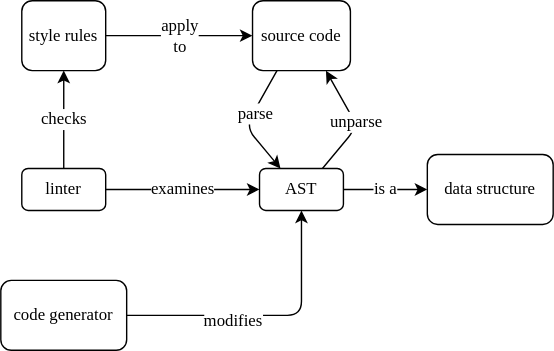
The draw.io diagram sdxpy/lint/concept_map.svg in gvwilson/thirdbit, before a commit. Source tidied: cells renumbered, new cells last; positions are measured from the earlier drawing's top-left corner, leaving out a move shared by most shapes. Its diagram source:
```xml
<mxGraphModel>
  <root>
    <mxCell id="0" />
    <mxCell id="1" parent="0" />
    <mxCell id="2" value="&lt;font style=&quot;font-size: 12px;&quot;&gt;linter&lt;/font&gt;" style="rounded=1;whiteSpace=wrap;html=1;fillColor=none;fontFamily=Verdana;fontSize=12;" parent="1" vertex="1">
      <mxGeometry x="15" y="120" width="60" height="30" as="geometry" />
    </mxCell>
    <mxCell id="3" value="&lt;font style=&quot;font-size: 12px;&quot;&gt;AST&lt;/font&gt;" style="rounded=1;whiteSpace=wrap;html=1;fillColor=none;fontFamily=Verdana;fontSize=12;" parent="1" vertex="1">
      <mxGeometry x="185" y="120" width="60" height="30" as="geometry" />
    </mxCell>
    <mxCell id="4" value="&lt;font style=&quot;font-size: 12px;&quot;&gt;source code&lt;/font&gt;" style="rounded=1;whiteSpace=wrap;html=1;fillColor=none;fontFamily=Verdana;fontSize=12;" parent="1" vertex="1">
      <mxGeometry x="180" width="70" height="50" as="geometry" />
    </mxCell>
    <mxCell id="5" value="&lt;font style=&quot;font-size: 12px;&quot;&gt;data structure&lt;/font&gt;" style="rounded=1;whiteSpace=wrap;html=1;fillColor=none;fontFamily=Verdana;fontSize=12;" parent="1" vertex="1">
      <mxGeometry x="305" y="110" width="90" height="50" as="geometry" />
    </mxCell>
    <mxCell id="6" style="endArrow=classic;html=1;rounded=1;fontFamily=Verdana;fontSize=12;entryX=0.25;entryY=0;entryDx=0;entryDy=0;exitX=0.25;exitY=1;exitDx=0;exitDy=0;" parent="1" edge="1" source="4" target="3">
      <mxGeometry relative="1" as="geometry">
        <Array as="points">
          <mxPoint x="175" y="90" />
        </Array>
      </mxGeometry>
    </mxCell>
    <mxCell id="7" value="parse" style="edgeLabel;html=1;align=center;verticalAlign=middle;fontSize=12;fontFamily=Verdana;" parent="6" vertex="1">
      <mxGeometry x="-0.17" y="1" relative="1" as="geometry" />
    </mxCell>
    <mxCell id="8" value="unparse" style="endArrow=classic;html=1;rounded=1;fontFamily=Verdana;fontSize=12;entryX=0.75;entryY=1;entryDx=0;entryDy=0;exitX=0.75;exitY=0;exitDx=0;exitDy=0;" parent="1" edge="1" source="3" target="4">
      <mxGeometry relative="1" as="geometry">
        <Array as="points">
          <mxPoint x="255" y="90" />
        </Array>
      </mxGeometry>
    </mxCell>
    <mxCell id="9" value="&lt;font style=&quot;font-size: 12px;&quot;&gt;style rules&lt;/font&gt;" style="rounded=1;whiteSpace=wrap;html=1;fillColor=none;fontFamily=Verdana;fontSize=12;" parent="1" vertex="1">
      <mxGeometry x="15" width="60" height="50" as="geometry" />
    </mxCell>
    <mxCell id="10" value="examines" style="endArrow=classic;html=1;rounded=1;fontFamily=Verdana;fontSize=12;entryX=0;entryY=0.5;entryDx=0;entryDy=0;exitX=1;exitY=0.5;exitDx=0;exitDy=0;" parent="1" edge="1" source="2" target="3">
      <mxGeometry relative="1" as="geometry" />
    </mxCell>
    <mxCell id="11" value="checks" style="endArrow=classic;html=1;rounded=1;fontFamily=Verdana;fontSize=12;exitX=0.5;exitY=0;exitDx=0;exitDy=0;entryX=0.5;entryY=1;entryDx=0;entryDy=0;" parent="1" edge="1" source="2" target="9">
      <mxGeometry relative="1" as="geometry" />
    </mxCell>
    <mxCell id="12" value="is a" style="endArrow=classic;html=1;rounded=1;fontFamily=Verdana;fontSize=12;exitX=1;exitY=0.5;exitDx=0;exitDy=0;entryX=0;entryY=0.5;entryDx=0;entryDy=0;" parent="1" edge="1" source="3" target="5">
      <mxGeometry relative="1" as="geometry" />
    </mxCell>
    <mxCell id="13" value="apply&lt;br style=&quot;font-size: 12px;&quot;&gt;to" style="endArrow=classic;html=1;rounded=1;fontFamily=Verdana;fontSize=12;entryX=0;entryY=0.5;entryDx=0;entryDy=0;exitX=1;exitY=0.5;exitDx=0;exitDy=0;" parent="1" edge="1" source="9" target="4">
      <mxGeometry relative="1" as="geometry" />
    </mxCell>
    <mxCell id="14" value="&lt;font style=&quot;font-size: 12px;&quot;&gt;code generator&lt;/font&gt;" style="rounded=1;whiteSpace=wrap;html=1;fillColor=none;fontFamily=Verdana;fontSize=12;" parent="1" vertex="1">
      <mxGeometry y="200" width="90" height="50" as="geometry" />
    </mxCell>
    <mxCell id="15" style="endArrow=classic;html=1;rounded=1;fontFamily=Verdana;fontSize=12;entryX=0.5;entryY=1;entryDx=0;entryDy=0;exitX=1;exitY=0.5;exitDx=0;exitDy=0;" parent="1" edge="1" source="14" target="3">
      <mxGeometry relative="1" as="geometry">
        <Array as="points">
          <mxPoint x="215" y="225" />
        </Array>
      </mxGeometry>
    </mxCell>
    <mxCell id="16" value="modifies" style="edgeLabel;html=1;align=center;verticalAlign=middle;fontSize=12;fontFamily=Verdana;" parent="15" vertex="1">
      <mxGeometry x="-0.25" y="-3" relative="1" as="geometry" />
    </mxCell>
  </root>
</mxGraphModel>
```
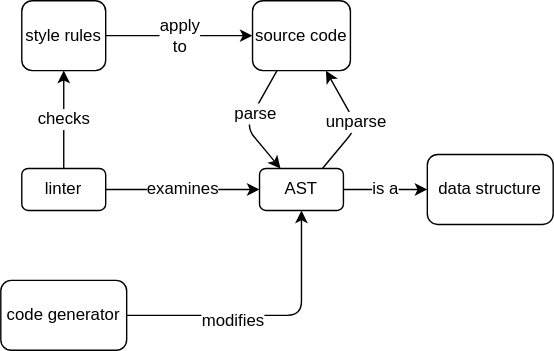
After the commit.

Diff of the diagram source:
```diff
@@ -2,61 +2,61 @@
   <root>
     <mxCell id="0" />
     <mxCell id="1" parent="0" />
-    <mxCell id="2" value="&lt;font style=&quot;font-size: 12px;&quot;&gt;linter&lt;/font&gt;" style="rounded=1;whiteSpace=wrap;html=1;fillColor=none;fontFamily=Verdana;fontSize=12;" parent="1" vertex="1">
+    <mxCell id="2" value="&lt;font style=&quot;font-size: 12px;&quot;&gt;linter&lt;/font&gt;" style="rounded=1;whiteSpace=wrap;html=1;fillColor=none;fontFamily=Helvetica;fontSize=12;" parent="1" vertex="1">
       <mxGeometry x="15" y="120" width="60" height="30" as="geometry" />
     </mxCell>
-    <mxCell id="3" value="&lt;font style=&quot;font-size: 12px;&quot;&gt;AST&lt;/font&gt;" style="rounded=1;whiteSpace=wrap;html=1;fillColor=none;fontFamily=Verdana;fontSize=12;" parent="1" vertex="1">
+    <mxCell id="3" value="&lt;font style=&quot;font-size: 12px;&quot;&gt;AST&lt;/font&gt;" style="rounded=1;whiteSpace=wrap;html=1;fillColor=none;fontFamily=Helvetica;fontSize=12;" parent="1" vertex="1">
       <mxGeometry x="185" y="120" width="60" height="30" as="geometry" />
     </mxCell>
-    <mxCell id="4" value="&lt;font style=&quot;font-size: 12px;&quot;&gt;source code&lt;/font&gt;" style="rounded=1;whiteSpace=wrap;html=1;fillColor=none;fontFamily=Verdana;fontSize=12;" parent="1" vertex="1">
+    <mxCell id="4" value="&lt;font style=&quot;font-size: 12px;&quot;&gt;source code&lt;/font&gt;" style="rounded=1;whiteSpace=wrap;html=1;fillColor=none;fontFamily=Helvetica;fontSize=12;" parent="1" vertex="1">
       <mxGeometry x="180" width="70" height="50" as="geometry" />
     </mxCell>
-    <mxCell id="5" value="&lt;font style=&quot;font-size: 12px;&quot;&gt;data structure&lt;/font&gt;" style="rounded=1;whiteSpace=wrap;html=1;fillColor=none;fontFamily=Verdana;fontSize=12;" parent="1" vertex="1">
+    <mxCell id="5" value="&lt;font style=&quot;font-size: 12px;&quot;&gt;data structure&lt;/font&gt;" style="rounded=1;whiteSpace=wrap;html=1;fillColor=none;fontFamily=Helvetica;fontSize=12;" parent="1" vertex="1">
       <mxGeometry x="305" y="110" width="90" height="50" as="geometry" />
     </mxCell>
-    <mxCell id="6" style="endArrow=classic;html=1;rounded=1;fontFamily=Verdana;fontSize=12;entryX=0.25;entryY=0;entryDx=0;entryDy=0;exitX=0.25;exitY=1;exitDx=0;exitDy=0;" parent="1" edge="1" source="4" target="3">
+    <mxCell id="6" style="endArrow=classic;html=1;rounded=1;fontFamily=Helvetica;fontSize=12;entryX=0.25;entryY=0;entryDx=0;entryDy=0;exitX=0.25;exitY=1;exitDx=0;exitDy=0;" parent="1" edge="1" source="4" target="3">
       <mxGeometry relative="1" as="geometry">
         <Array as="points">
           <mxPoint x="175" y="90" />
         </Array>
       </mxGeometry>
     </mxCell>
-    <mxCell id="7" value="parse" style="edgeLabel;html=1;align=center;verticalAlign=middle;fontSize=12;fontFamily=Verdana;" parent="6" vertex="1">
+    <mxCell id="7" value="parse" style="edgeLabel;html=1;align=center;verticalAlign=middle;fontSize=12;fontFamily=Helvetica;" parent="6" vertex="1">
       <mxGeometry x="-0.17" y="1" relative="1" as="geometry" />
     </mxCell>
-    <mxCell id="8" value="unparse" style="endArrow=classic;html=1;rounded=1;fontFamily=Verdana;fontSize=12;entryX=0.75;entryY=1;entryDx=0;entryDy=0;exitX=0.75;exitY=0;exitDx=0;exitDy=0;" parent="1" edge="1" source="3" target="4">
+    <mxCell id="8" value="unparse" style="endArrow=classic;html=1;rounded=1;fontFamily=Helvetica;fontSize=12;entryX=0.75;entryY=1;entryDx=0;entryDy=0;exitX=0.75;exitY=0;exitDx=0;exitDy=0;" parent="1" edge="1" source="3" target="4">
       <mxGeometry relative="1" as="geometry">
         <Array as="points">
           <mxPoint x="255" y="90" />
         </Array>
       </mxGeometry>
     </mxCell>
-    <mxCell id="9" value="&lt;font style=&quot;font-size: 12px;&quot;&gt;style rules&lt;/font&gt;" style="rounded=1;whiteSpace=wrap;html=1;fillColor=none;fontFamily=Verdana;fontSize=12;" parent="1" vertex="1">
+    <mxCell id="9" value="&lt;font style=&quot;font-size: 12px;&quot;&gt;style rules&lt;/font&gt;" style="rounded=1;whiteSpace=wrap;html=1;fillColor=none;fontFamily=Helvetica;fontSize=12;" parent="1" vertex="1">
       <mxGeometry x="15" width="60" height="50" as="geometry" />
     </mxCell>
-    <mxCell id="10" value="examines" style="endArrow=classic;html=1;rounded=1;fontFamily=Verdana;fontSize=12;entryX=0;entryY=0.5;entryDx=0;entryDy=0;exitX=1;exitY=0.5;exitDx=0;exitDy=0;" parent="1" edge="1" source="2" target="3">
+    <mxCell id="10" value="examines" style="endArrow=classic;html=1;rounded=1;fontFamily=Helvetica;fontSize=12;entryX=0;entryY=0.5;entryDx=0;entryDy=0;exitX=1;exitY=0.5;exitDx=0;exitDy=0;" parent="1" edge="1" source="2" target="3">
       <mxGeometry relative="1" as="geometry" />
     </mxCell>
-    <mxCell id="11" value="checks" style="endArrow=classic;html=1;rounded=1;fontFamily=Verdana;fontSize=12;exitX=0.5;exitY=0;exitDx=0;exitDy=0;entryX=0.5;entryY=1;entryDx=0;entryDy=0;" parent="1" edge="1" source="2" target="9">
+    <mxCell id="11" value="checks" style="endArrow=classic;html=1;rounded=1;fontFamily=Helvetica;fontSize=12;exitX=0.5;exitY=0;exitDx=0;exitDy=0;entryX=0.5;entryY=1;entryDx=0;entryDy=0;" parent="1" edge="1" source="2" target="9">
       <mxGeometry relative="1" as="geometry" />
     </mxCell>
-    <mxCell id="12" value="is a" style="endArrow=classic;html=1;rounded=1;fontFamily=Verdana;fontSize=12;exitX=1;exitY=0.5;exitDx=0;exitDy=0;entryX=0;entryY=0.5;entryDx=0;entryDy=0;" parent="1" edge="1" source="3" target="5">
+    <mxCell id="12" value="is a" style="endArrow=classic;html=1;rounded=1;fontFamily=Helvetica;fontSize=12;exitX=1;exitY=0.5;exitDx=0;exitDy=0;entryX=0;entryY=0.5;entryDx=0;entryDy=0;" parent="1" edge="1" source="3" target="5">
       <mxGeometry relative="1" as="geometry" />
     </mxCell>
-    <mxCell id="13" value="apply&lt;br style=&quot;font-size: 12px;&quot;&gt;to" style="endArrow=classic;html=1;rounded=1;fontFamily=Verdana;fontSize=12;entryX=0;entryY=0.5;entryDx=0;entryDy=0;exitX=1;exitY=0.5;exitDx=0;exitDy=0;" parent="1" edge="1" source="9" target="4">
+    <mxCell id="13" value="apply&lt;br style=&quot;font-size: 12px;&quot;&gt;to" style="endArrow=classic;html=1;rounded=1;fontFamily=Helvetica;fontSize=12;entryX=0;entryY=0.5;entryDx=0;entryDy=0;exitX=1;exitY=0.5;exitDx=0;exitDy=0;" parent="1" edge="1" source="9" target="4">
       <mxGeometry relative="1" as="geometry" />
     </mxCell>
-    <mxCell id="14" value="&lt;font style=&quot;font-size: 12px;&quot;&gt;code generator&lt;/font&gt;" style="rounded=1;whiteSpace=wrap;html=1;fillColor=none;fontFamily=Verdana;fontSize=12;" parent="1" vertex="1">
+    <mxCell id="14" value="&lt;font style=&quot;font-size: 12px;&quot;&gt;code generator&lt;/font&gt;" style="rounded=1;whiteSpace=wrap;html=1;fillColor=none;fontFamily=Helvetica;fontSize=12;" parent="1" vertex="1">
       <mxGeometry y="200" width="90" height="50" as="geometry" />
     </mxCell>
-    <mxCell id="15" style="endArrow=classic;html=1;rounded=1;fontFamily=Verdana;fontSize=12;entryX=0.5;entryY=1;entryDx=0;entryDy=0;exitX=1;exitY=0.5;exitDx=0;exitDy=0;" parent="1" edge="1" source="14" target="3">
+    <mxCell id="15" style="endArrow=classic;html=1;rounded=1;fontFamily=Helvetica;fontSize=12;entryX=0.5;entryY=1;entryDx=0;entryDy=0;exitX=1;exitY=0.5;exitDx=0;exitDy=0;" parent="1" edge="1" source="14" target="3">
       <mxGeometry relative="1" as="geometry">
         <Array as="points">
           <mxPoint x="215" y="225" />
         </Array>
       </mxGeometry>
     </mxCell>
-    <mxCell id="16" value="modifies" style="edgeLabel;html=1;align=center;verticalAlign=middle;fontSize=12;fontFamily=Verdana;" parent="15" vertex="1">
+    <mxCell id="16" value="modifies" style="edgeLabel;html=1;align=center;verticalAlign=middle;fontSize=12;fontFamily=Helvetica;" parent="15" vertex="1">
       <mxGeometry x="-0.25" y="-3" relative="1" as="geometry" />
     </mxCell>
   </root>
```
